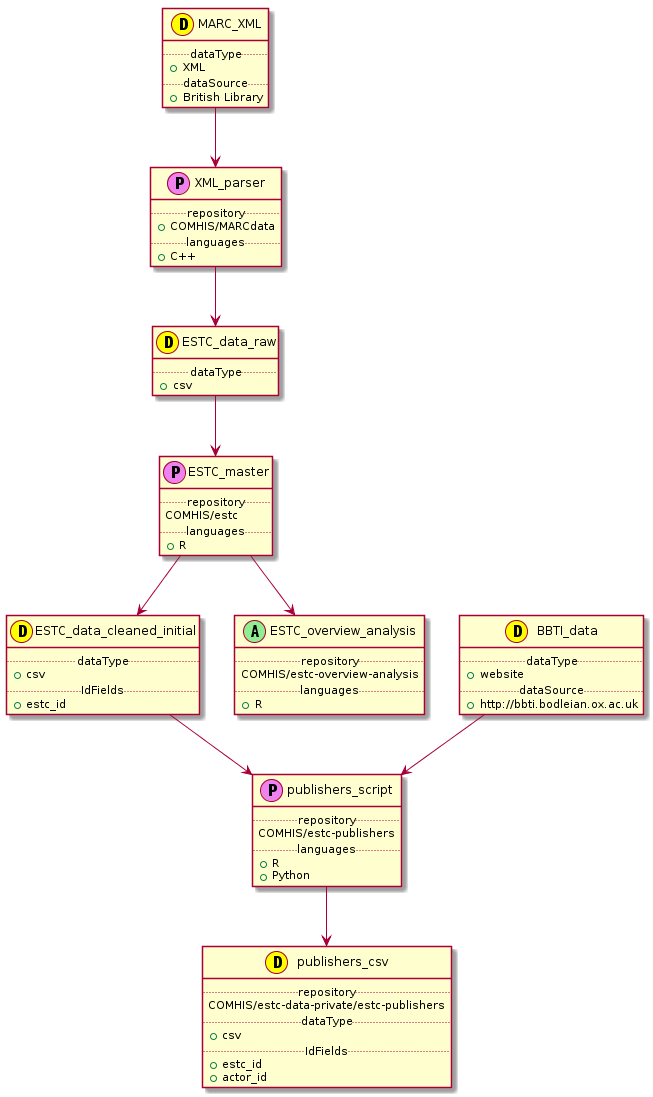
Before: dependencies/dependencies.png, a diagram exported from PlantUML (COMHIS/estc-workflow).
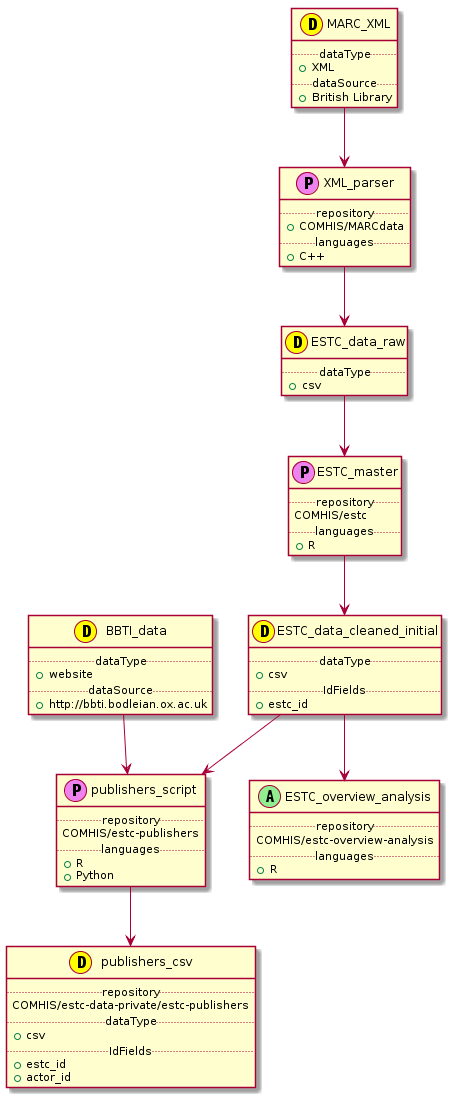
After the change.

Commit message:
fixed mistake in UML

The edit, as a diff of the source:
```diff
@@ -63,12 +63,15 @@
 
 MARC_XML --> XML_parser
 XML_parser --> ESTC_data_raw
+
 ESTC_data_raw --> ESTC_master
 ESTC_master --> ESTC_data_cleaned_initial
 ESTC_data_cleaned_initial --> publishers_script
+
 BBTI_data --> publishers_script
 publishers_script --> publishers_csv
-ESTC_master --> ESTC_overview_analysis
+
+ESTC_data_cleaned_initial --> ESTC_overview_analysis
 
 
 hide empty members
```
